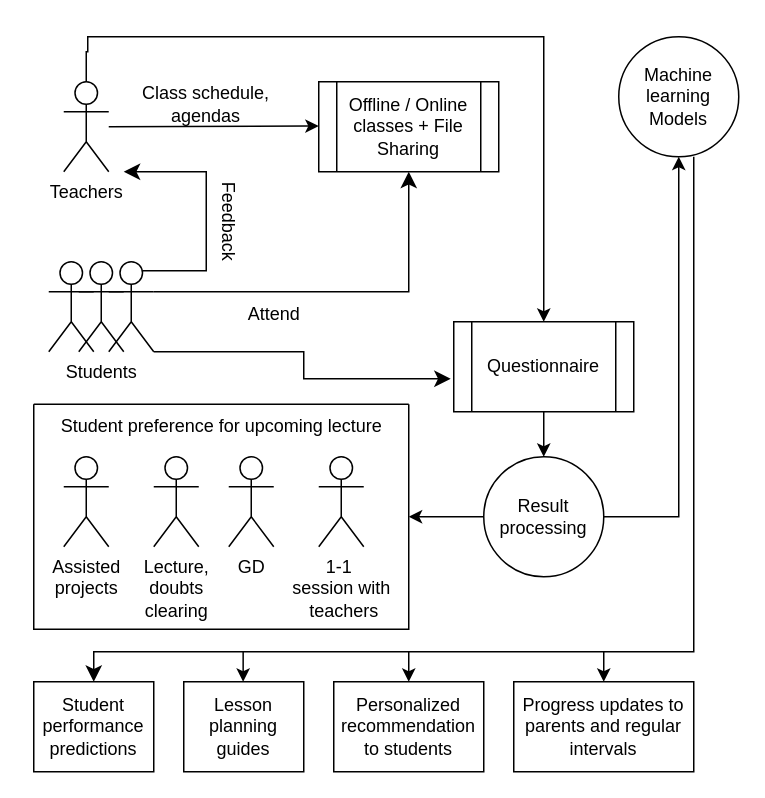
This is blended-learning.drawio from Shanki200801/student-project-platform-SIH, a draw.io file, before an edit. Source tidied: cells renumbered, new cells numbered last; positions are measured from the earlier drawing's top-left corner, leaving out a move shared by most shapes. Both pictures are drawn from the tidied source at 150%, with x=0, y=0 at pixel (33, 36).
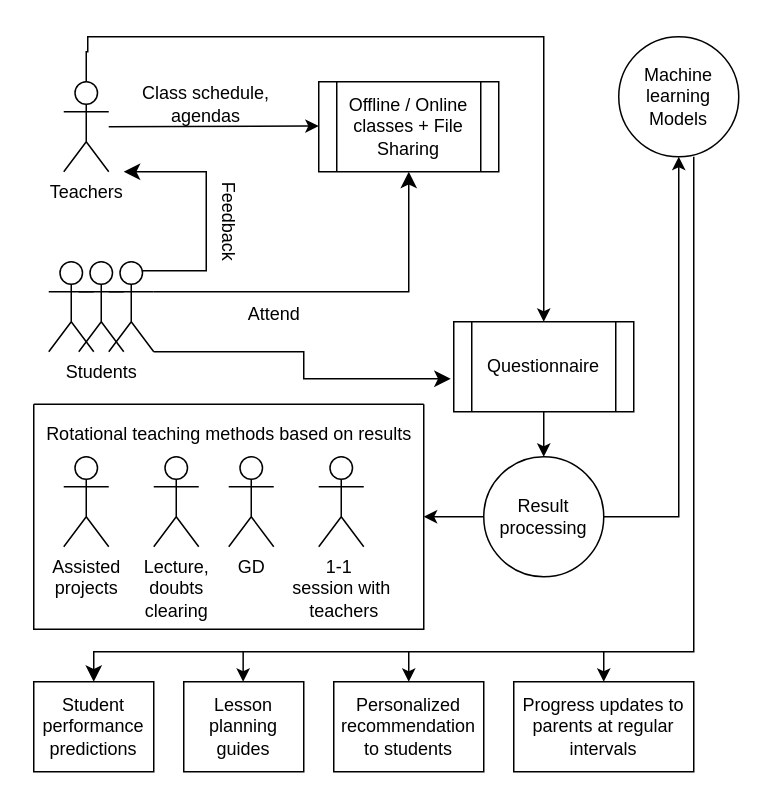
The same diagram, later.

The edit, as a diff of the source:
```diff
@@
     <mxCell id="25" style="swimlane;startSize=0;" parent="1" vertex="1">
-      <mxGeometry y="245" width="250" height="150" as="geometry" />
+      <mxGeometry y="245" width="260" height="150" as="geometry" />
     </mxCell>
-    <mxCell id="26" value="Student preference for upcoming lecture" style="text;html=1;align=center;verticalAlign=middle;strokeColor=none;fillColor=none;" parent="25" vertex="1">
-      <mxGeometry x="5" width="240" height="30" as="geometry" />
+    <mxCell id="26" value="Rotational teaching methods based on results" style="text;html=1;align=center;verticalAlign=middle;strokeColor=none;fillColor=none;" parent="25" vertex="1">
+      <mxGeometry x="-5" y="5" width="270" height="30" as="geometry" />
     </mxCell>
@@
-    <mxCell id="31" value="Progress updates to parents and regular intervals" style="rounded=0;whiteSpace=wrap;html=1;" parent="1" vertex="1">
+    <mxCell id="31" value="Progress updates to parents at regular intervals" style="rounded=0;whiteSpace=wrap;html=1;" parent="1" vertex="1">
       <mxGeometry x="320" y="430" width="120" height="60" as="geometry" />
     </mxCell>
```
